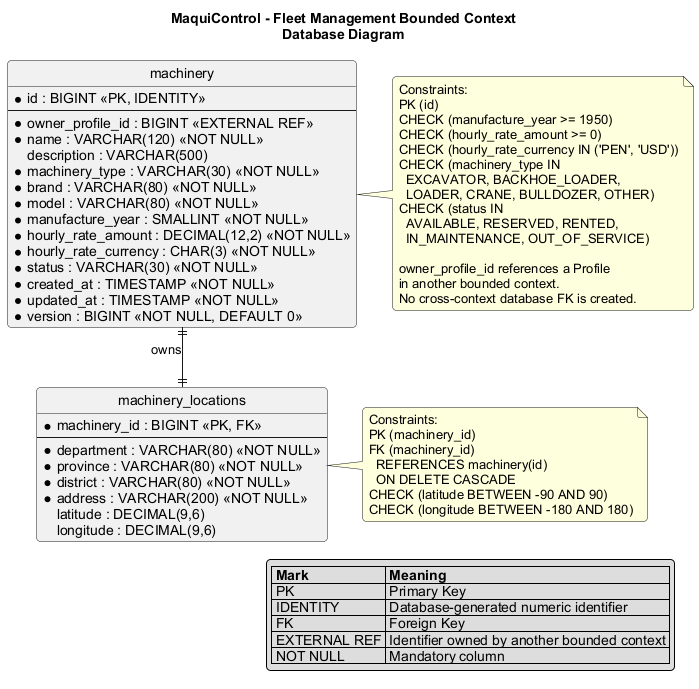
Above: assets/fleet-management-database-diagram.png in AndesHeavyTech/MaquiControl (PlantUML), before the change.
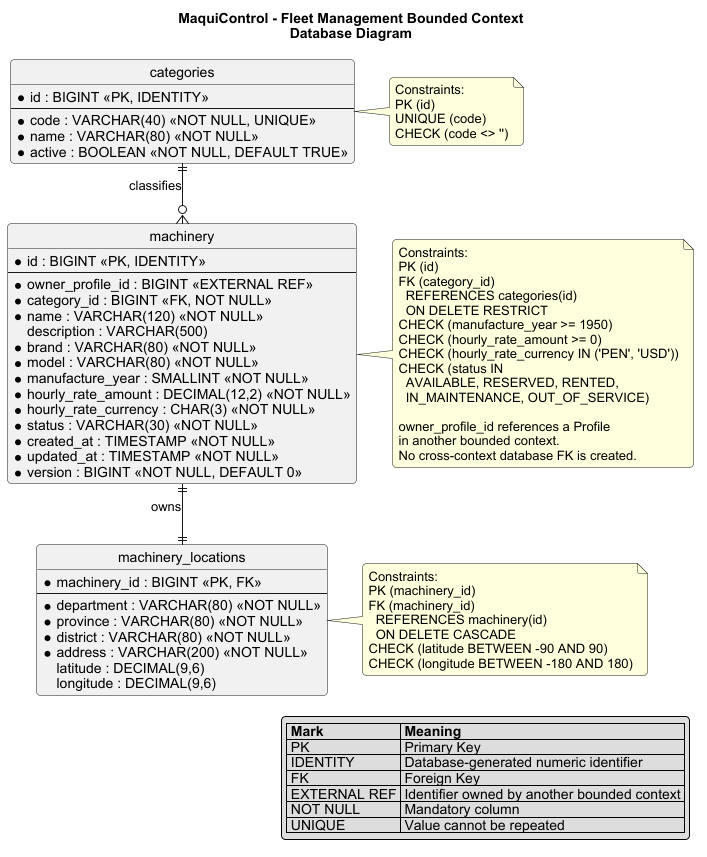
The same diagram one commit later.

Change to the diagram source:
```diff
@@ -7,13 +7,21 @@
 skinparam linetype ortho
 hide circle
 
+entity "categories" as categories {
+  * id : BIGINT <<PK, IDENTITY>>
+  --
+  * code : VARCHAR(40) <<NOT NULL, UNIQUE>>
+  * name : VARCHAR(80) <<NOT NULL>>
+  * active : BOOLEAN <<NOT NULL, DEFAULT TRUE>>
+}
+
 entity "machinery" as machinery {
   * id : BIGINT <<PK, IDENTITY>>
   --
   * owner_profile_id : BIGINT <<EXTERNAL REF>>
+  * category_id : BIGINT <<FK, NOT NULL>>
   * name : VARCHAR(120) <<NOT NULL>>
   description : VARCHAR(500)
-  * machinery_type : VARCHAR(30) <<NOT NULL>>
   * brand : VARCHAR(80) <<NOT NULL>>
   * model : VARCHAR(80) <<NOT NULL>>
   * manufacture_year : SMALLINT <<NOT NULL>>
@@ -36,17 +44,25 @@
   longitude : DECIMAL(9,6)
 }
 
+categories ||--o{ machinery : classifies
 machinery ||--|| machinery_locations : owns
+
+note right of categories
+  Constraints:
+  PK (id)
+  UNIQUE (code)
+  CHECK (code <> '')
+end note
 
 note right of machinery
   Constraints:
   PK (id)
+  FK (category_id)
+    REFERENCES categories(id)
+    ON DELETE RESTRICT
   CHECK (manufacture_year >= 1950)
   CHECK (hourly_rate_amount >= 0)
   CHECK (hourly_rate_currency IN ('PEN', 'USD'))
-  CHECK (machinery_type IN
-    EXCAVATOR, BACKHOE_LOADER,
-    LOADER, CRANE, BULLDOZER, OTHER)
   CHECK (status IN
     AVAILABLE, RESERVED, RENTED,
     IN_MAINTENANCE, OUT_OF_SERVICE)
@@ -73,6 +89,7 @@
   | FK | Foreign Key |
   | EXTERNAL REF | Identifier owned by another bounded context |
   | NOT NULL | Mandatory column |
+  | UNIQUE | Value cannot be repeated |
 endlegend
 
 @enduml
```
